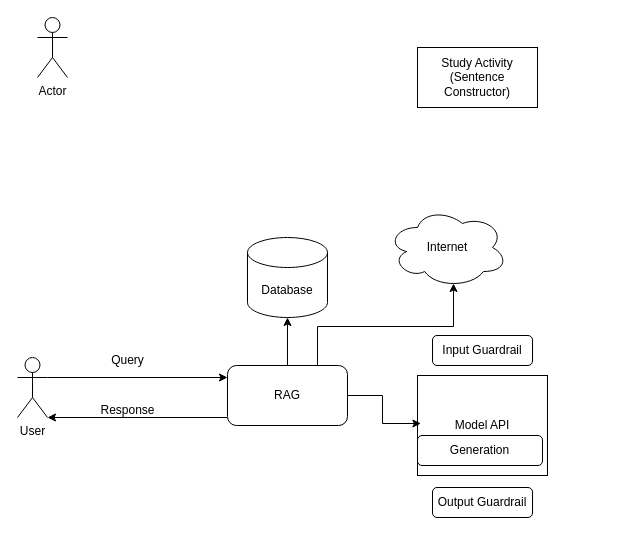
The draw.io diagram LangApp Diagram.drawio in 0xSardius/langapp-diagram, before the edit. Source tidied: cells renumbered, new cells numbered last; positions are measured from the earlier drawing's top-left corner, leaving out a move shared by most shapes. Both pictures are drawn from the tidied source at 100%, with x=0, y=0 at pixel (17, 17).
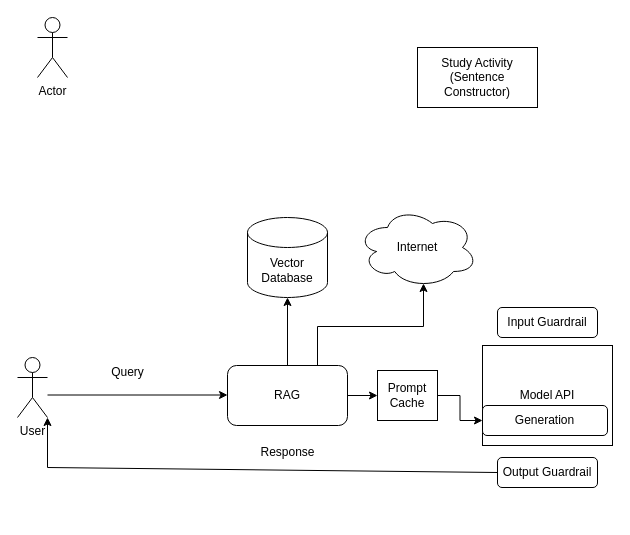
The same page after the edit.

Unchanged cells that the change refers to:
```xml
<mxCell id="3" value="User" style="shape=umlActor;verticalLabelPosition=bottom;verticalAlign=top;html=1;outlineConnect=0;" parent="1" vertex="1">
  <mxGeometry y="340" width="30" height="60" as="geometry" />
</mxCell>
<mxCell id="6" value="Model API" style="rounded=0;whiteSpace=wrap;html=1;align=center;" parent="5" vertex="1">
  <mxGeometry width="130" height="100" as="geometry" />
</mxCell>
<mxCell id="7" value="Generation" style="rounded=1;whiteSpace=wrap;html=1;" parent="5" vertex="1">
  <mxGeometry y="60" width="125" height="30" as="geometry" />
</mxCell>
<mxCell id="12" value="RAG" style="rounded=1;whiteSpace=wrap;html=1;" parent="1" vertex="1">
  <mxGeometry x="210" y="348" width="120" height="60" as="geometry" />
</mxCell>
```

What changed in the source:
```diff
@@
     <mxCell id="5" style="group;" parent="1" vertex="1">
-      <mxGeometry x="400" y="358" width="130" height="100" as="geometry" />
+      <mxGeometry x="465" y="328" width="130" height="100" as="geometry" />
     </mxCell>
@@
     <mxCell id="8" style="endArrow=classic;html=1;rounded=0;" parent="1" edge="1">
       <mxGeometry relative="1" as="geometry">
-        <mxPoint x="30" y="360" as="sourcePoint" />
-        <mxPoint x="210" y="360" as="targetPoint" />
+        <mxPoint x="30" y="377.5" as="sourcePoint" />
+        <mxPoint x="210" y="377.5" as="targetPoint" />
       </mxGeometry>
     </mxCell>
     <mxCell id="9" value="Query" style="text;html=1;align=center;verticalAlign=middle;strokeColor=none;fillColor=none;" parent="1" vertex="1">
-      <mxGeometry x="80" y="328" width="60" height="30" as="geometry" />
+      <mxGeometry x="80" y="340" width="60" height="30" as="geometry" />
     </mxCell>
-    <mxCell id="10" style="endArrow=classic;html=1;rounded=0;entryX=1;entryY=1;entryDx=0;entryDy=0;entryPerimeter=0;" parent="1" edge="1" target="3">
+    <mxCell id="10" style="endArrow=classic;html=1;rounded=0;entryX=1;entryY=1;entryDx=0;entryDy=0;entryPerimeter=0;exitX=0;exitY=0.5;exitDx=0;exitDy=0;" parent="1" edge="1" source="19" target="3">
       <mxGeometry relative="1" as="geometry">
-        <mxPoint x="210" y="400" as="sourcePoint" />
+        <Array as="points">
+          <mxPoint x="30" y="450" />
+        </Array>
       </mxGeometry>
     </mxCell>
-    <mxCell id="11" value="Response" style="text;html=1;align=center;verticalAlign=middle;strokeColor=none;fillColor=none;" parent="1" vertex="1">
-      <mxGeometry x="70" y="378" width="80" height="30" as="geometry" />
+    <mxCell id="11" value="Response" style="text;html=1;align=center;verticalAlign=middle;strokeColor=none;fillColor=none;rotation=0;" parent="1" vertex="1">
+      <mxGeometry x="230" y="420" width="80" height="30" as="geometry" />
     </mxCell>
+    <mxCell id="20" style="edgeStyle=orthogonalEdgeStyle;rounded=0;jettySize=auto;html=1;" parent="1" edge="1" source="12" target="22">
+      <mxGeometry relative="1" as="geometry" />
+    </mxCell>
@@
-    <mxCell id="13" value="Database" style="shape=cylinder3;whiteSpace=wrap;html=1;boundedLbl=1;backgroundOutline=1;size=15;" parent="1" vertex="1">
-      <mxGeometry x="230" y="220" width="80" height="80" as="geometry" />
+    <mxCell id="13" value="Vector Database" style="shape=cylinder3;whiteSpace=wrap;html=1;boundedLbl=1;backgroundOutline=1;size=15;" parent="1" vertex="1">
+      <mxGeometry x="230" y="200" width="80" height="80" as="geometry" />
     </mxCell>
     <mxCell id="14" value="Internet" style="ellipse;shape=cloud;whiteSpace=wrap;html=1;" parent="1" vertex="1">
-      <mxGeometry x="370" y="190" width="120" height="80" as="geometry" />
+      <mxGeometry x="340" y="190" width="120" height="80" as="geometry" />
     </mxCell>
-    <mxCell id="15" style="edgeStyle=orthogonalEdgeStyle;rounded=0;jettySize=auto;html=1;entryX=0.026;entryY=0.48;entryDx=0;entryDy=0;entryPerimeter=0;" parent="1" edge="1" source="12" target="6">
-      <mxGeometry relative="1" as="geometry" />
-    </mxCell>
@@
     <mxCell id="18" value="Input Guardrail" style="rounded=1;whiteSpace=wrap;html=1;" parent="1" vertex="1">
-      <mxGeometry x="415" y="318" width="100" height="30" as="geometry" />
+      <mxGeometry x="480" y="290" width="100" height="30" as="geometry" />
     </mxCell>
     <mxCell id="19" value="Output Guardrail" style="rounded=1;whiteSpace=wrap;html=1;" parent="1" vertex="1">
-      <mxGeometry x="415" y="470" width="100" height="30" as="geometry" />
+      <mxGeometry x="480" y="440" width="100" height="30" as="geometry" />
     </mxCell>
+    <mxCell id="21" style="edgeStyle=orthogonalEdgeStyle;rounded=0;jettySize=auto;html=1;" parent="1" edge="1" source="22" target="7">
+      <mxGeometry relative="1" as="geometry" />
+    </mxCell>
+    <mxCell id="22" value="Prompt Cache" style="rounded=0;whiteSpace=wrap;html=1;" parent="1" vertex="1">
+      <mxGeometry x="360" y="353" width="60" height="50" as="geometry" />
+    </mxCell>
```
